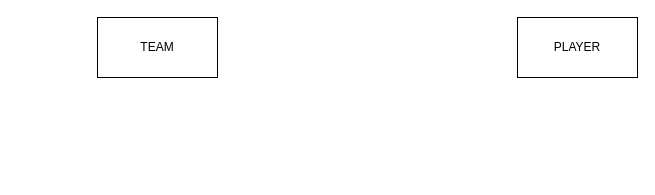
Earlier version of the draw.io diagram Untitled Diagram.drawio (R0HITKUMAR/dbms_lab). Source tidied: cells renumbered, new cells numbered last; positions are measured from the earlier drawing's top-left corner, leaving out a move shared by most shapes. Both pictures are drawn from the tidied source at 100%, with x=0, y=0 at pixel (97, 17).
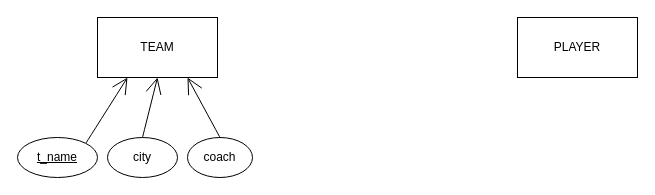
After the change.

Diff of the diagram source:
```diff
@@
 <mxGraphModel>
   <root>
     <mxCell id="0" />
     <mxCell id="1" parent="0" />
+    <mxCell id="3" value="PLAYER" style="rounded=0;whiteSpace=wrap;html=1;hachureGap=4;" parent="1" vertex="1">
+      <mxGeometry x="420" width="120" height="60" as="geometry" />
+    </mxCell>
     <mxCell id="2" value="TEAM" style="rounded=0;whiteSpace=wrap;html=1;hachureGap=4;" parent="1" vertex="1">
       <mxGeometry width="120" height="60" as="geometry" />
     </mxCell>
-    <mxCell id="3" value="PLAYER" style="rounded=0;whiteSpace=wrap;html=1;hachureGap=4;" parent="1" vertex="1">
-      <mxGeometry x="420" width="120" height="60" as="geometry" />
-    </mxCell>
+    <mxCell id="4" style="edgeStyle=none;curved=1;rounded=0;jettySize=auto;html=1;exitX=1;exitY=0;exitDx=0;exitDy=0;entryX=0.25;entryY=1;entryDx=0;entryDy=0;endArrow=open;startSize=14;endSize=14;sourcePerimeterSpacing=8;targetPerimeterSpacing=8;" parent="1" edge="1" source="5" target="2">
+      <mxGeometry relative="1" as="geometry" />
+    </mxCell>
+    <mxCell id="5" value="&lt;u&gt;t_name&lt;/u&gt;" style="ellipse;whiteSpace=wrap;html=1;hachureGap=4;" parent="1" vertex="1">
+      <mxGeometry x="-80" y="120" width="80" height="40" as="geometry" />
+    </mxCell>
+    <mxCell id="6" style="edgeStyle=none;curved=1;rounded=0;jettySize=auto;html=1;exitX=0.5;exitY=0;exitDx=0;exitDy=0;entryX=0.5;entryY=1;entryDx=0;entryDy=0;endArrow=open;startSize=14;endSize=14;sourcePerimeterSpacing=8;targetPerimeterSpacing=8;" parent="1" edge="1" source="7" target="2">
+      <mxGeometry relative="1" as="geometry" />
+    </mxCell>
+    <mxCell id="7" value="city" style="ellipse;whiteSpace=wrap;html=1;hachureGap=4;" parent="1" vertex="1">
+      <mxGeometry x="10" y="120" width="70" height="40" as="geometry" />
+    </mxCell>
+    <mxCell id="8" style="edgeStyle=none;curved=1;rounded=0;jettySize=auto;html=1;exitX=0.5;exitY=0;exitDx=0;exitDy=0;entryX=0.75;entryY=1;entryDx=0;entryDy=0;endArrow=open;startSize=14;endSize=14;sourcePerimeterSpacing=8;targetPerimeterSpacing=8;" parent="1" edge="1" source="9" target="2">
+      <mxGeometry relative="1" as="geometry" />
+    </mxCell>
+    <mxCell id="9" value="coach" style="ellipse;whiteSpace=wrap;html=1;hachureGap=4;" parent="1" vertex="1">
+      <mxGeometry x="90" y="120" width="65" height="40" as="geometry" />
+    </mxCell>
   </root>
 </mxGraphModel>
```
